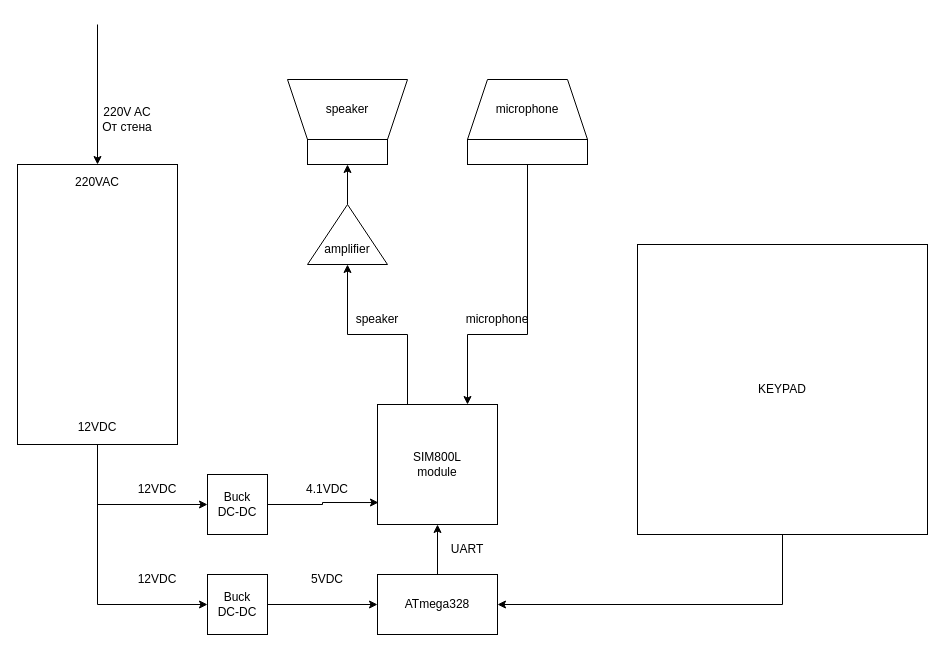
The draw.io diagram Chaper two block diagram.drawio in DanielDimitrov123/Smart-Domophone, before the edit. Source tidied: cells renumbered, new cells numbered last; positions are measured from the earlier drawing's top-left corner, leaving out a move shared by most shapes. Both pictures are drawn from the tidied source at 100%, with x=0, y=0 at pixel (17, 24).
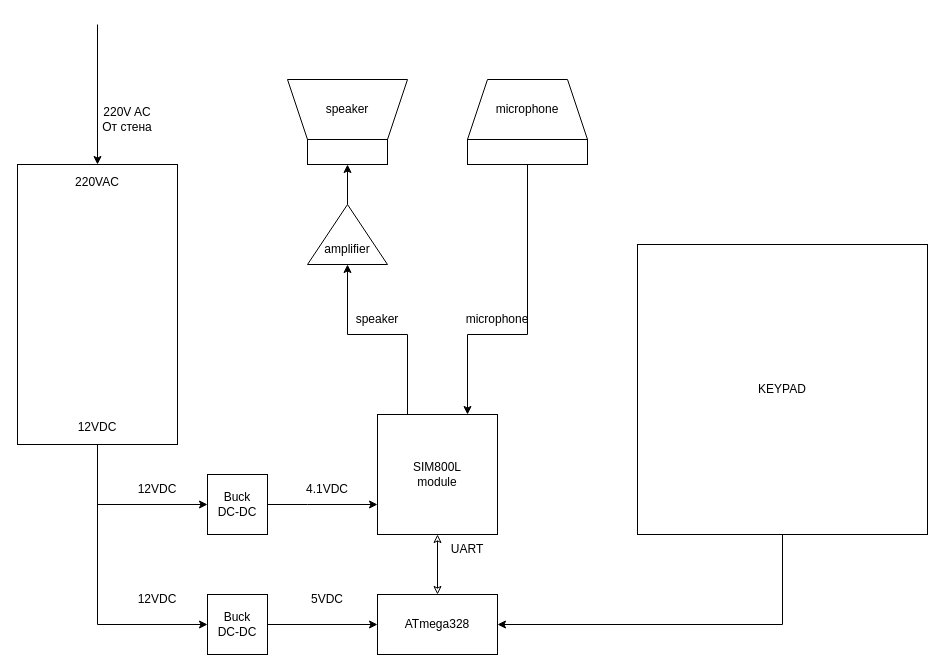
After the change.

The change refers to these unchanged cells:
```xml
<mxCell id="11" value="Buck&lt;div&gt;DC-DC&lt;/div&gt;" style="whiteSpace=wrap;html=1;" parent="1" vertex="1">
  <mxGeometry x="190" y="450" width="60" height="60" as="geometry" />
</mxCell>
<mxCell id="29" value="KEYPAD" style="whiteSpace=wrap;html=1;" parent="1" vertex="1">
  <mxGeometry x="620" y="220" width="290" height="290" as="geometry" />
</mxCell>
```

The edit, as a diff of the source:
```diff
@@
-    <mxCell id="3" style="edgeStyle=orthogonalEdgeStyle;rounded=0;jettySize=auto;html=1;exitX=0.5;exitY=0;exitDx=0;exitDy=0;" parent="1" edge="1" source="4" target="13">
+    <mxCell id="3" style="edgeStyle=orthogonalEdgeStyle;rounded=0;jettySize=auto;html=1;exitX=0.5;exitY=0;exitDx=0;exitDy=0;startArrow=classic;startFill=0;endArrow=classic;endFill=0;" parent="1" edge="1" source="4" target="13">
       <mxGeometry relative="1" as="geometry" />
     </mxCell>
     <mxCell id="4" value="ATmega328" style="rounded=0;whiteSpace=wrap;html=1;rotation=0;" parent="1" vertex="1">
-      <mxGeometry x="360" y="550" width="120" height="60" as="geometry" />
+      <mxGeometry x="360" y="570" width="120" height="60" as="geometry" />
     </mxCell>
@@
     <mxCell id="8" value="12VDC" style="text;html=1;align=center;verticalAlign=middle;whiteSpace=wrap;rounded=0;" parent="1" vertex="1">
-      <mxGeometry x="110" y="540" width="60" height="30" as="geometry" />
+      <mxGeometry x="110" y="560" width="60" height="30" as="geometry" />
     </mxCell>
     <mxCell id="9" value="5VDC" style="text;html=1;align=center;verticalAlign=middle;whiteSpace=wrap;rounded=0;" parent="1" vertex="1">
-      <mxGeometry x="280" y="540" width="60" height="30" as="geometry" />
+      <mxGeometry x="280" y="560" width="60" height="30" as="geometry" />
     </mxCell>
-    <mxCell id="10" style="edgeStyle=orthogonalEdgeStyle;rounded=0;jettySize=auto;html=1;exitX=1;exitY=0.5;exitDx=0;exitDy=0;entryX=0.008;entryY=0.817;entryDx=0;entryDy=0;entryPerimeter=0;" parent="1" edge="1" source="11" target="13">
-      <mxGeometry relative="1" as="geometry" />
+    <mxCell id="10" style="edgeStyle=orthogonalEdgeStyle;rounded=0;jettySize=auto;html=1;exitX=1;exitY=0.5;exitDx=0;exitDy=0;entryX=0;entryY=0.75;entryDx=0;entryDy=0;" parent="1" edge="1" source="11" target="13">
+      <mxGeometry relative="1" as="geometry">
+        <Array as="points">
+          <mxPoint x="290" y="480" />
+          <mxPoint x="290" y="480" />
+        </Array>
+      </mxGeometry>
     </mxCell>
@@
     <mxCell id="13" value="SIM800L&lt;div&gt;module&lt;/div&gt;" style="whiteSpace=wrap;html=1;" parent="1" vertex="1">
-      <mxGeometry x="360" y="380" width="120" height="120" as="geometry" />
+      <mxGeometry x="360" y="390" width="120" height="120" as="geometry" />
     </mxCell>
@@
     <mxCell id="19" value="Buck&lt;div&gt;&lt;span style=&quot;background-color: transparent; color: light-dark(rgb(0, 0, 0), rgb(255, 255, 255));&quot;&gt;DC-&lt;/span&gt;&lt;span style=&quot;background-color: transparent; color: light-dark(rgb(0, 0, 0), rgb(255, 255, 255));&quot;&gt;DC&lt;/span&gt;&lt;/div&gt;" style="whiteSpace=wrap;html=1;" parent="1" vertex="1">
-      <mxGeometry x="190" y="550" width="60" height="60" as="geometry" />
+      <mxGeometry x="190" y="570" width="60" height="60" as="geometry" />
     </mxCell>
@@
     <mxCell id="28" style="edgeStyle=orthogonalEdgeStyle;rounded=0;jettySize=auto;html=1;entryX=1;entryY=0.5;entryDx=0;entryDy=0;" parent="1" edge="1" source="29" target="4">
       <mxGeometry relative="1" as="geometry">
         <Array as="points">
-          <mxPoint x="765" y="580" />
+          <mxPoint x="765" y="600" />
         </Array>
       </mxGeometry>
     </mxCell>
```
